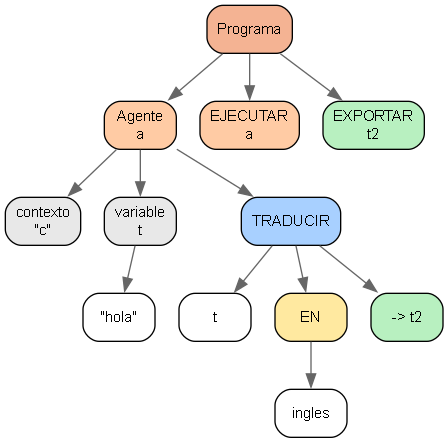
Before: recursos/Reportes/ast.png, a diagram exported from Graphviz (GSWilliam276/Proyecto2_LenguajesFormales_PromptzalV3). Its source is kept beside it as recursos/Reportes/ast.dot.
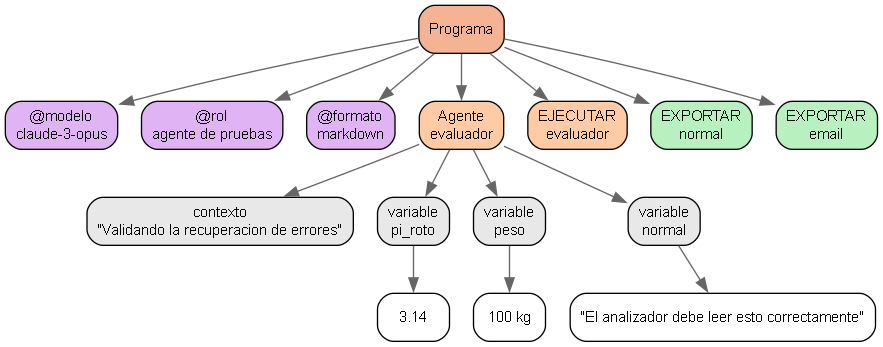
The same file after the commit.

The edit, as a diff of the source:
```diff
@@ -3,26 +3,32 @@
     edge [color="#666666"];
 
     n0 [label="Programa", fillcolor="#F4B393"];
-    n1 [label="Agente\na", fillcolor="#FFCBA4"];
+    n1 [label="@modelo\nclaude-3-opus", fillcolor="#E0B3F5"];
     n0 -> n1;
-    n2 [label="contexto\n\"c\"", fillcolor="#E8E8E8"];
-    n1 -> n2;
-    n3 [label="variable\nt", fillcolor="#E8E8E8"];
-    n1 -> n3;
-    n4 [label="\"hola\"", fillcolor="#FFFFFF"];
-    n3 -> n4;
-    n5 [label="TRADUCIR", fillcolor="#A8D0FF"];
-    n1 -> n5;
-    n6 [label="t", fillcolor="#FFFFFF"];
-    n5 -> n6;
-    n7 [label="EN", fillcolor="#FFE9A0"];
-    n5 -> n7;
-    n8 [label="ingles", fillcolor="#FFFFFF"];
-    n7 -> n8;
-    n9 [label="-> t2", fillcolor="#B8F0C0"];
-    n5 -> n9;
-    n10 [label="EJECUTAR\na", fillcolor="#FFCBA4"];
-    n0 -> n10;
-    n11 [label="EXPORTAR\nt2", fillcolor="#B8F0C0"];
-    n0 -> n11;
+    n2 [label="@rol\nagente de pruebas", fillcolor="#E0B3F5"];
+    n0 -> n2;
+    n3 [label="@formato\nmarkdown", fillcolor="#E0B3F5"];
+    n0 -> n3;
+    n4 [label="Agente\nevaluador", fillcolor="#FFCBA4"];
+    n0 -> n4;
+    n5 [label="contexto\n\"Validando la recuperacion de errores\"", fillcolor="#E8E8E8"];
+    n4 -> n5;
+    n6 [label="variable\npi_roto", fillcolor="#E8E8E8"];
+    n4 -> n6;
+    n7 [label="3.14", fillcolor="#FFFFFF"];
+    n6 -> n7;
+    n8 [label="variable\npeso", fillcolor="#E8E8E8"];
+    n4 -> n8;
+    n9 [label="100 kg", fillcolor="#FFFFFF"];
+    n8 -> n9;
+    n10 [label="variable\nnormal", fillcolor="#E8E8E8"];
+    n4 -> n10;
+    n11 [label="\"El analizador debe leer esto correctamente\"", fillcolor="#FFFFFF"];
+    n10 -> n11;
+    n12 [label="EJECUTAR\nevaluador", fillcolor="#FFCBA4"];
+    n0 -> n12;
+    n13 [label="EXPORTAR\nnormal", fillcolor="#B8F0C0"];
+    n0 -> n13;
+    n14 [label="EXPORTAR\nemail", fillcolor="#B8F0C0"];
+    n0 -> n14;
 }
```
